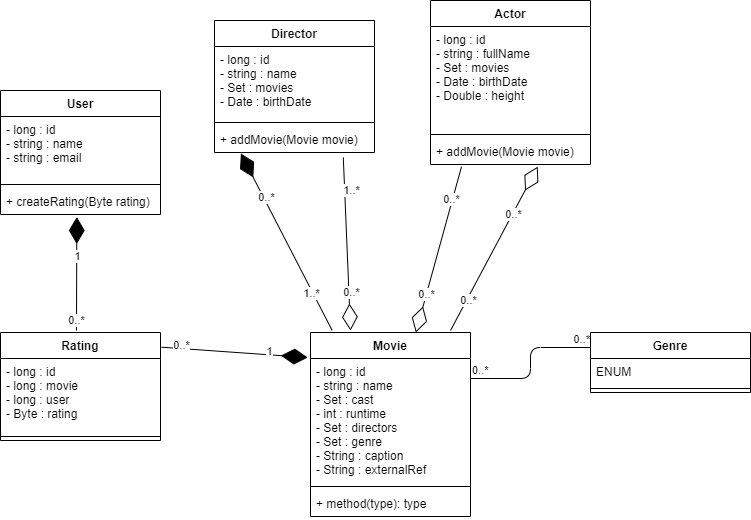
Above: doc/class_diagram.png in xjurko/PA165_2021 (draw.io), before the change. Source tidied: cells renumbered, new cells last; positions are measured from the earlier drawing's top-left corner, leaving out a move shared by most shapes.
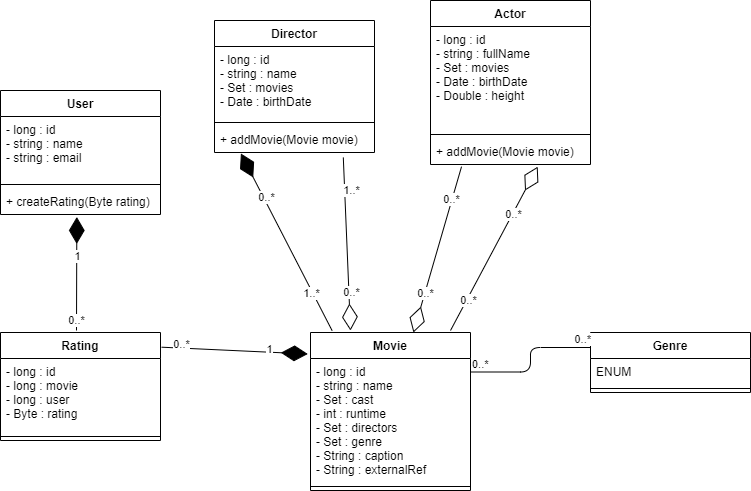
The same diagram one commit later.

Commit message:
completed class diagram

The edit, as a diff of the source:
```diff
@@ -3,7 +3,7 @@
     <mxCell id="0" />
     <mxCell id="1" parent="0" />
     <mxCell id="2" value="Movie&#10;" style="swimlane;fontStyle=1;align=center;verticalAlign=top;horizontal=1;startSize=26;" parent="1" vertex="1">
-      <mxGeometry x="310" y="332" width="160" height="184" as="geometry" />
+      <mxGeometry x="310" y="332" width="160" height="158" as="geometry" />
     </mxCell>
     <mxCell id="3" value="- long : id&#10;- string : name&#10;- Set : cast&#10;- int : runtime&#10;- Set : directors&#10;- Set : genre&#10;- String : caption&#10;- String : externalRef" style="text;strokeColor=none;fillColor=none;align=left;verticalAlign=top;spacingLeft=4;spacingRight=4;overflow=hidden;" parent="2" vertex="1">
       <mxGeometry y="26" width="160" height="124" as="geometry" />
@@ -11,9 +11,6 @@
     <mxCell id="4" style="line;strokeWidth=1;fillColor=none;align=left;verticalAlign=middle;spacingTop=-1;spacingLeft=3;spacingRight=3;labelPosition=right;" parent="2" vertex="1">
       <mxGeometry y="150" width="160" height="8" as="geometry" />
     </mxCell>
-    <mxCell id="5" value="+ method(type): type" style="text;strokeColor=none;fillColor=none;align=left;verticalAlign=top;spacingLeft=4;spacingRight=4;overflow=hidden;" parent="2" vertex="1">
-      <mxGeometry y="158" width="160" height="26" as="geometry" />
-    </mxCell>
     <mxCell id="6" value="Genre" style="swimlane;fontStyle=1;align=center;verticalAlign=top;horizontal=1;startSize=26;" parent="1" vertex="1">
       <mxGeometry x="590" y="332" width="160" height="60" as="geometry" />
     </mxCell>
```
